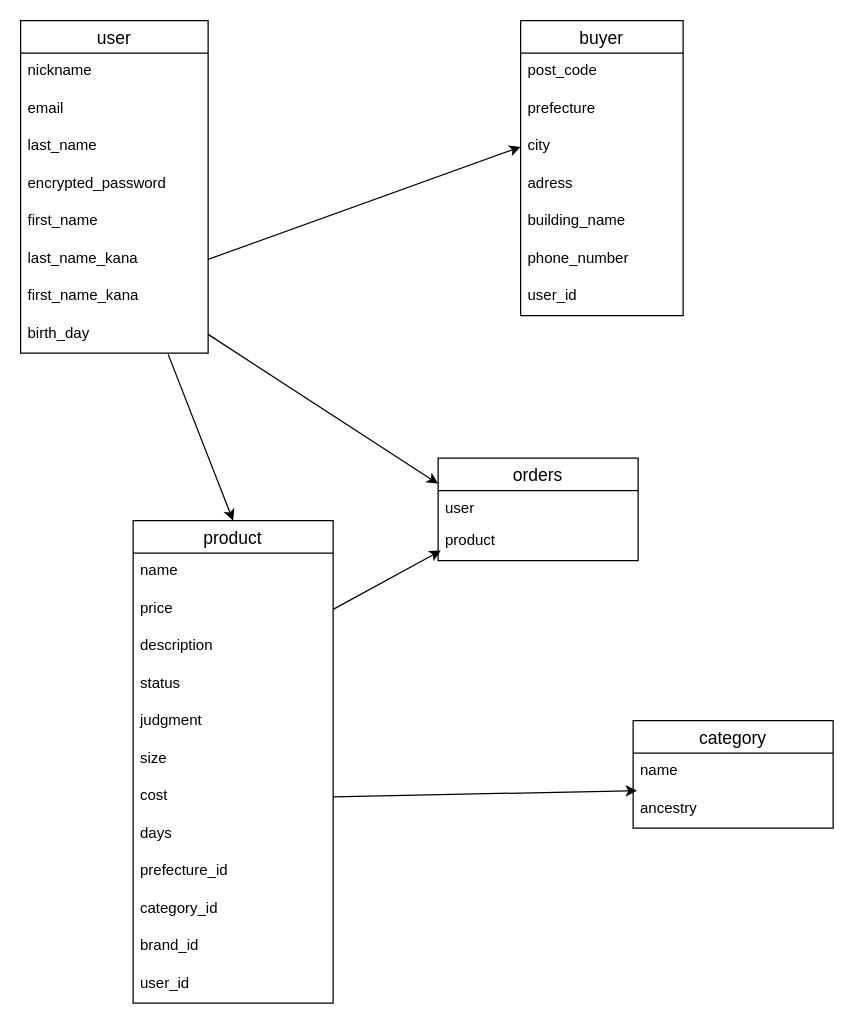
Above: ER.dio in Takamiti-58/furima-32130 (draw.io), before the change. Source tidied: cells renumbered, new cells numbered last; positions are measured from the earlier drawing's top-left corner, leaving out a move shared by most shapes. Both pictures are drawn from the tidied source at 125%, with x=0, y=0 at pixel (20, 20).
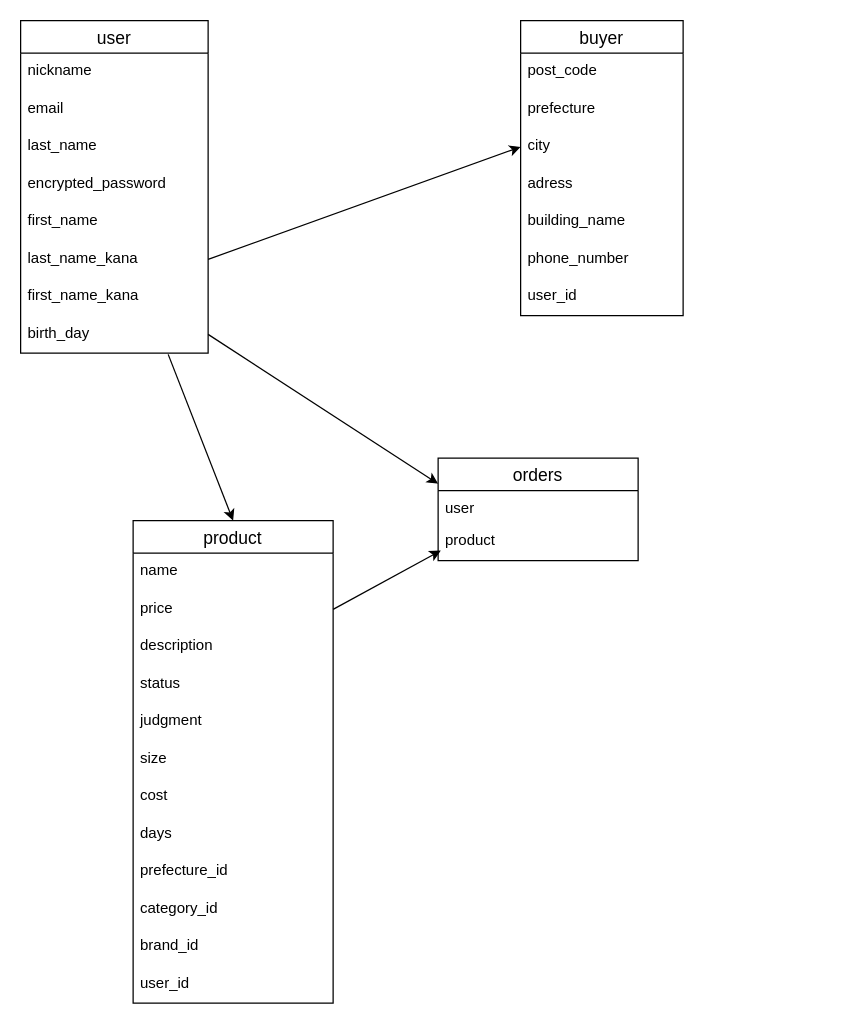
The same diagram, later.

Commit message (it also covers changes not shown here):
テーブル修正５

Unchanged cells that the change refers to:
```xml
<mxCell id="26" value="cost" style="text;strokeColor=none;fillColor=none;spacingLeft=4;spacingRight=4;overflow=hidden;points=[[0,0.5],[1,0.5]];portConstraint=eastwest;fontSize=12;" parent="19" vertex="1">
  <mxGeometry y="206" width="160" height="30" as="geometry" />
</mxCell>
```

What changed in the source:
```diff
@@
-    <mxCell id="32" value="category" style="swimlane;fontStyle=0;horizontal=1;startSize=26;align=center;fontSize=14;" parent="1" vertex="1">
-      <mxGeometry x="490" y="560" width="160" height="86" as="geometry" />
-    </mxCell>
-    <mxCell id="33" value="name" style="text;strokeColor=none;fillColor=none;spacingLeft=4;spacingRight=4;overflow=hidden;points=[[0,0.5],[1,0.5]];portConstraint=eastwest;fontSize=12;" parent="32" vertex="1">
-      <mxGeometry y="26" width="160" height="30" as="geometry" />
-    </mxCell>
-    <mxCell id="34" value="ancestry" style="text;strokeColor=none;fillColor=none;spacingLeft=4;spacingRight=4;overflow=hidden;fontSize=12;" parent="32" vertex="1">
-      <mxGeometry y="56" width="160" height="30" as="geometry" />
-    </mxCell>
@@
-    <mxCell id="36" style="edgeStyle=none;rounded=0;jettySize=auto;html=1;exitX=1;exitY=0.5;exitDx=0;exitDy=0;entryX=0.019;entryY=1;entryDx=0;entryDy=0;entryPerimeter=0;" parent="1" edge="1" source="26" target="33">
-      <mxGeometry relative="1" as="geometry" />
-    </mxCell>
```
